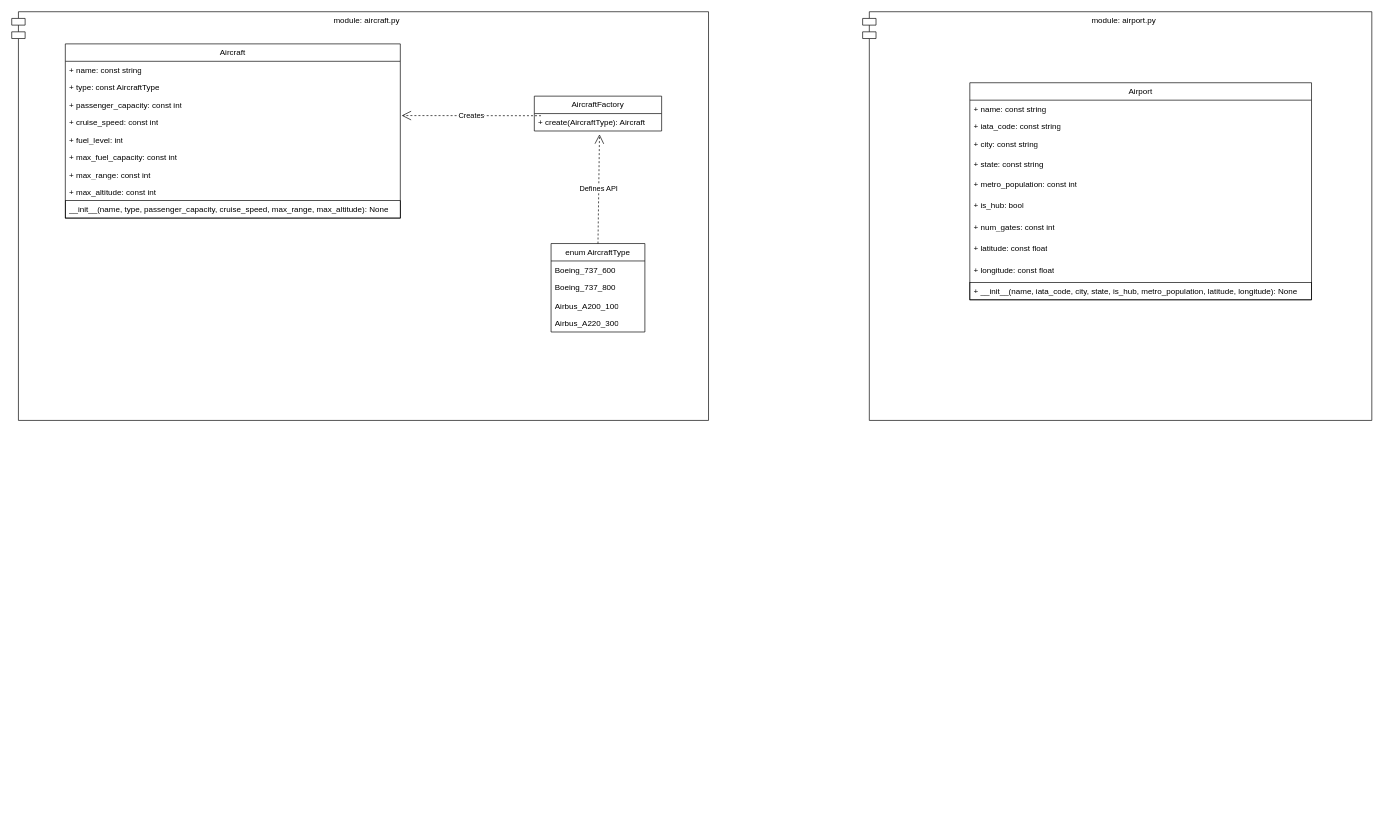
This is docs/diagrams/classes.drawio from CoreyMLawrence/Comfort-Airlines, a draw.io file, before an edit. Source tidied: cells renumbered, new cells numbered last; positions are measured from the earlier drawing's top-left corner, leaving out a move shared by most shapes. Both pictures are drawn from the tidied source at 67%, with x=0, y=0 at pixel (11, 11).
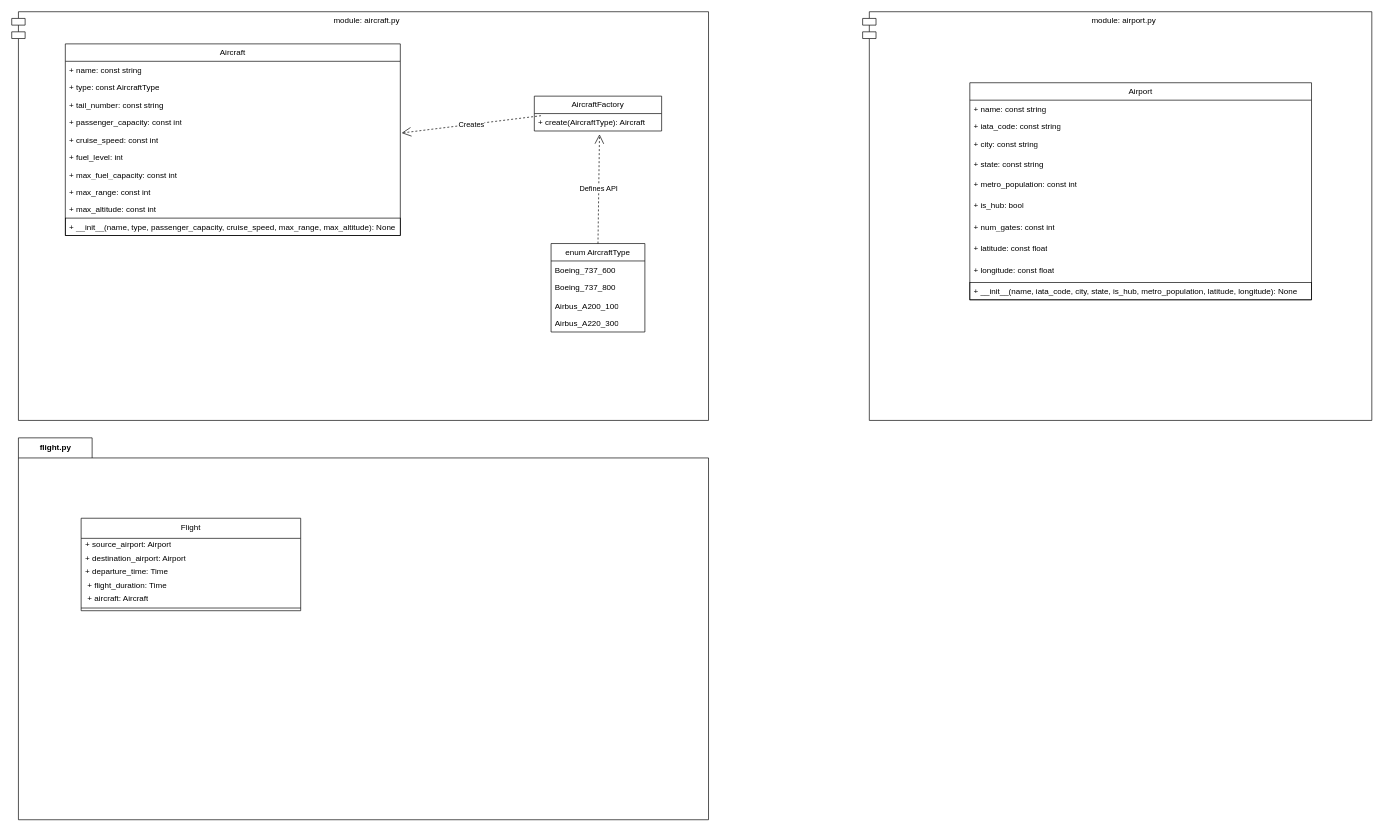
The same diagram, later.

What changed in the source:
```diff
@@
     <mxCell id="4" value="Aircraft" style="swimlane;fontStyle=0;horizontal=1;startSize=26;fillColor=none;whiteSpace=wrap;html=1;" parent="1" vertex="1">
-      <mxGeometry x="80" y="48" width="500" height="260" as="geometry" />
+      <mxGeometry x="80" y="48" width="500" height="286" as="geometry" />
     </mxCell>
@@
+    <mxCell id="34" value="+ tail_number: const string" style="text;strokeColor=none;fillColor=none;align=left;verticalAlign=top;spacingLeft=4;spacingRight=4;overflow=hidden;whiteSpace=wrap;html=1;" parent="4" vertex="1">
+      <mxGeometry y="78" width="500" height="26" as="geometry" />
+    </mxCell>
     <mxCell id="7" value="+ passenger_capacity: const int" style="text;strokeColor=none;fillColor=none;align=left;verticalAlign=top;spacingLeft=4;spacingRight=4;overflow=hidden;whiteSpace=wrap;html=1;" parent="4" vertex="1">
-      <mxGeometry y="78" width="500" height="26" as="geometry" />
+      <mxGeometry y="104" width="500" height="26" as="geometry" />
     </mxCell>
     <mxCell id="8" value="+ cruise_speed: const int" style="text;strokeColor=none;fillColor=none;align=left;verticalAlign=top;spacingLeft=4;spacingRight=4;overflow=hidden;points=[[0,0.5],[1,0.5]];portConstraint=eastwest;whiteSpace=wrap;html=1;" parent="4" vertex="1">
-      <mxGeometry y="104" width="500" height="26" as="geometry" />
+      <mxGeometry y="130" width="500" height="26" as="geometry" />
     </mxCell>
     <mxCell id="9" value="+ fuel_level: int" style="text;strokeColor=none;fillColor=none;align=left;verticalAlign=top;spacingLeft=4;spacingRight=4;overflow=hidden;whiteSpace=wrap;html=1;" parent="4" vertex="1">
-      <mxGeometry y="130" width="500" height="26" as="geometry" />
+      <mxGeometry y="156" width="500" height="26" as="geometry" />
     </mxCell>
     <mxCell id="10" value="+ max_fuel_capacity: const int" style="text;strokeColor=none;fillColor=none;align=left;verticalAlign=top;spacingLeft=4;spacingRight=4;overflow=hidden;whiteSpace=wrap;html=1;" parent="4" vertex="1">
-      <mxGeometry y="156" width="500" height="26" as="geometry" />
+      <mxGeometry y="182" width="500" height="26" as="geometry" />
     </mxCell>
     <mxCell id="11" value="+ max_range: const int" style="text;strokeColor=none;fillColor=none;align=left;verticalAlign=top;spacingLeft=4;spacingRight=4;overflow=hidden;whiteSpace=wrap;html=1;" parent="4" vertex="1">
-      <mxGeometry y="182" width="500" height="26" as="geometry" />
+      <mxGeometry y="208" width="500" height="26" as="geometry" />
     </mxCell>
     <mxCell id="12" value="+ max_altitude: const int" style="text;strokeColor=none;fillColor=none;align=left;verticalAlign=top;spacingLeft=4;spacingRight=4;overflow=hidden;whiteSpace=wrap;html=1;" parent="4" vertex="1">
-      <mxGeometry y="208" width="500" height="26" as="geometry" />
+      <mxGeometry y="234" width="500" height="26" as="geometry" />
     </mxCell>
-    <mxCell id="13" value="__init__(name, type, passenger_capacity, cruise_speed, max_range, max_altitude): None" style="text;strokeColor=default;fillColor=none;align=left;verticalAlign=top;spacingLeft=4;spacingRight=4;overflow=hidden;whiteSpace=wrap;html=1;" parent="4" vertex="1">
-      <mxGeometry y="234" width="500" height="26" as="geometry" />
+    <mxCell id="13" value="+ __init__(name, type, passenger_capacity, cruise_speed, max_range, max_altitude): None" style="text;strokeColor=default;fillColor=none;align=left;verticalAlign=top;spacingLeft=4;spacingRight=4;overflow=hidden;whiteSpace=wrap;html=1;" parent="4" vertex="1">
+      <mxGeometry y="260" width="500" height="26" as="geometry" />
     </mxCell>
@@
+    <mxCell id="35" value="flight.py" style="shape=folder;fontStyle=1;tabWidth=110;tabHeight=30;tabPosition=left;html=1;boundedLbl=1;labelInHeader=1;" parent="1" vertex="1">
+      <mxGeometry x="10" y="636" width="1030" height="570" as="geometry" />
+    </mxCell>
+    <mxCell id="36" style="html=1;strokeColor=none;fillColor=none;" parent="35" vertex="1">
+      <mxGeometry width="1030" height="399" relative="1" as="geometry">
+        <mxPoint y="30" as="offset" />
+      </mxGeometry>
+    </mxCell>
+    <mxCell id="37" value="Flight" style="swimlane;fontStyle=0;align=center;verticalAlign=top;horizontal=1;startSize=30;html=1;" parent="35" vertex="1">
+      <mxGeometry x="93.6" y="120" width="327.7" height="138" as="geometry" />
+    </mxCell>
+    <mxCell id="38" value="+ source_airport: Airport" style="text;html=1;strokeColor=none;fillColor=none;align=left;verticalAlign=middle;spacingLeft=4;spacingRight=4;overflow=hidden;" parent="37" vertex="1">
+      <mxGeometry y="30" width="327.7" height="20" as="geometry" />
+    </mxCell>
+    <mxCell id="39" value="+ destination_airport: Airport" style="text;html=1;strokeColor=none;fillColor=none;align=left;verticalAlign=middle;spacingLeft=4;spacingRight=4;overflow=hidden;" parent="37" vertex="1">
+      <mxGeometry y="50" width="327.7" height="20" as="geometry" />
+    </mxCell>
+    <mxCell id="40" value="+ departure_time: Time" style="text;html=1;strokeColor=none;fillColor=none;align=left;verticalAlign=middle;spacingLeft=4;spacingRight=4;overflow=hidden;" parent="37" vertex="1">
+      <mxGeometry y="70" width="327.7" height="20" as="geometry" />
+    </mxCell>
+    <mxCell id="41" value="&amp;nbsp;+ flight_duration: Time" style="text;html=1;strokeColor=none;fillColor=none;align=left;verticalAlign=middle;spacingLeft=4;spacingRight=4;overflow=hidden;" parent="37" vertex="1">
+      <mxGeometry y="90" width="327.7" height="20" as="geometry" />
+    </mxCell>
+    <mxCell id="42" value="&amp;nbsp;+ aircraft: Aircraft" style="text;html=1;strokeColor=none;fillColor=none;align=left;verticalAlign=middle;spacingLeft=4;spacingRight=4;overflow=hidden;" parent="37" vertex="1">
+      <mxGeometry y="110" width="327.7" height="20" as="geometry" />
+    </mxCell>
+    <mxCell id="43" style="line;strokeWidth=1;fillColor=none;align=left;verticalAlign=middle;spacingTop=-1;spacingLeft=3;spacingRight=3;labelPosition=right;" parent="37" vertex="1">
+      <mxGeometry y="130" width="327.7" height="8" as="geometry" />
+    </mxCell>
```
